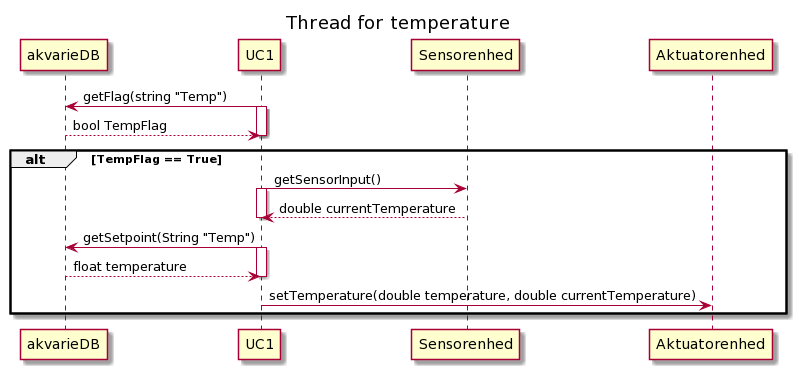
Earlier version of the PlantUML export Design/CC/Funktionssekvens/UseCase1/FunkSekvens1_temp.png (Solvgraa-mager/E4PRJ4). Its diagram source:
```plantuml
@startuml
title Thread for temperature
participant akvarieDB
participant UC1
participant Sensorenhed
participant Aktuatorenhed


UC1 -> akvarieDB: getFlag(string "Temp")
activate UC1
akvarieDB --> UC1: bool TempFlag
deactivate UC1

alt TempFlag == True
UC1 -> Sensorenhed: getSensorInput()
activate UC1
Sensorenhed --> UC1: double currentTemperature
deactivate UC1

UC1 -> akvarieDB: getSetpoint(String "Temp")
activate UC1
akvarieDB --> UC1: float temperature
deactivate UC1

UC1 -> Aktuatorenhed: setTemperature(double temperature, double currentTemperature)
end
@enduml
```
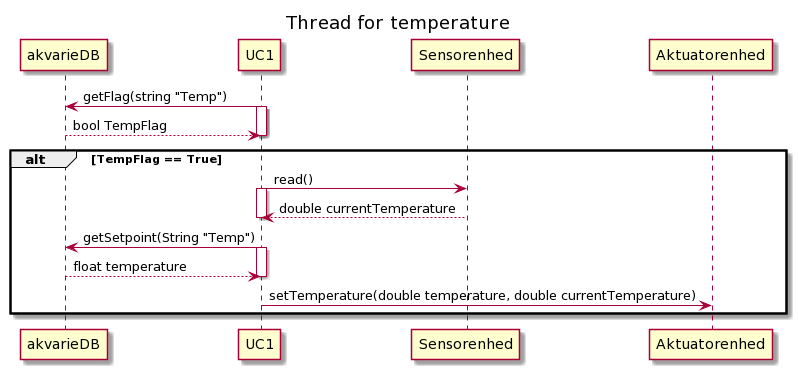
Later version of the same file.

Commit message:
getSensorinput() -> read()

Change to the diagram source:
```diff
@@ -12,7 +12,7 @@
 deactivate UC1
 
 alt TempFlag == True
-UC1 -> Sensorenhed: getSensorInput()
+UC1 -> Sensorenhed: read()
 activate UC1
 Sensorenhed --> UC1: double currentTemperature
 deactivate UC1
```
